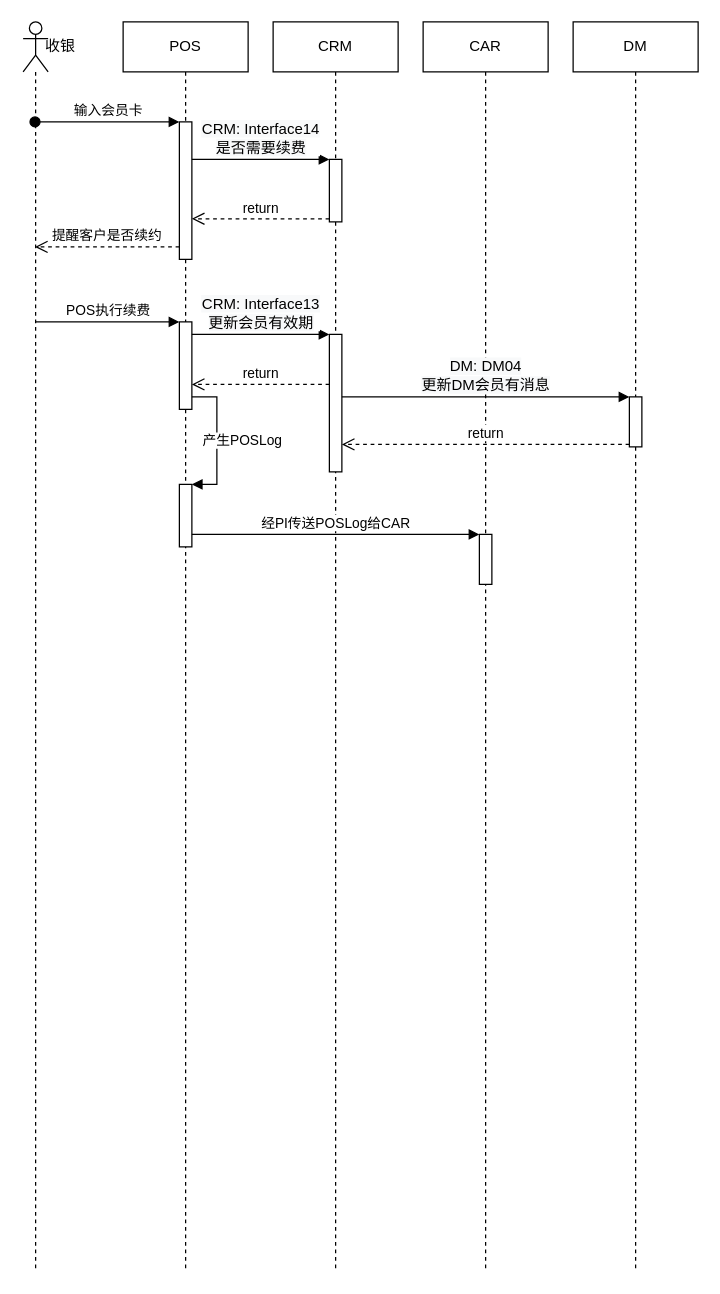
Before: page "POS手动续费2" (4 of 11) of DM系统对接.drawio in luss613/draw.io, a draw.io diagram. Source tidied: cells renumbered, new cells numbered last; positions are measured from the earlier drawing's top-left corner, leaving out a move shared by most shapes. Both pictures are drawn from the tidied source at 125%, with x=0, y=0 at pixel (22, 21).
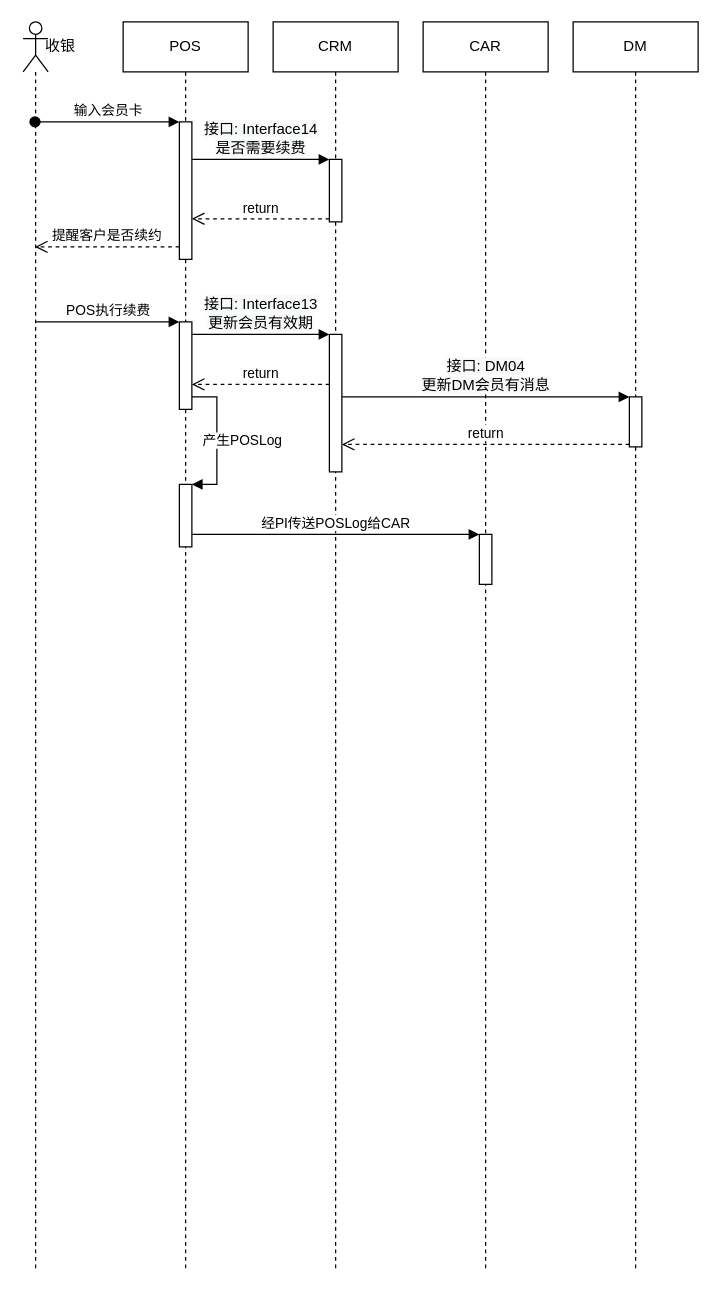
After the change.

Unchanged cells that the change refers to:
```xml
<mxCell id="4" style="html=1;points=[];perimeter=orthogonalPerimeter;" parent="3" vertex="1">
  <mxGeometry x="45" y="80" width="10" height="110" as="geometry" />
</mxCell>
<mxCell id="5" style="html=1;points=[];perimeter=orthogonalPerimeter;" parent="3" vertex="1">
  <mxGeometry x="45" y="240" width="10" height="70" as="geometry" />
</mxCell>
<mxCell id="9" style="html=1;points=[];perimeter=orthogonalPerimeter;" parent="8" vertex="1">
  <mxGeometry x="45" y="110" width="10" height="50" as="geometry" />
</mxCell>
<mxCell id="10" style="html=1;points=[];perimeter=orthogonalPerimeter;" parent="8" vertex="1">
  <mxGeometry x="45" y="250" width="10" height="110" as="geometry" />
</mxCell>
<mxCell id="14" style="html=1;points=[];perimeter=orthogonalPerimeter;" parent="13" vertex="1">
  <mxGeometry x="45" y="300" width="10" height="40" as="geometry" />
</mxCell>
```

Diff of the diagram source:
```diff
@@
-    <mxCell id="17" value="&lt;span style=&quot;font-size: 12px ; background-color: rgb(248 , 249 , 250)&quot;&gt;CRM: Interface14&lt;/span&gt;&lt;br style=&quot;font-size: 12px ; background-color: rgb(248 , 249 , 250)&quot;&gt;&lt;span style=&quot;font-size: 12px ; background-color: rgb(248 , 249 , 250)&quot;&gt;是否需要续费&lt;/span&gt;" style="html=1;verticalAlign=bottom;endArrow=block;entryX=0;entryY=0;" parent="1" edge="1" source="4" target="9">
+    <mxCell id="17" value="&lt;span style=&quot;font-size: 12px ; background-color: rgb(248 , 249 , 250)&quot;&gt;接口: Interface14&lt;/span&gt;&lt;br style=&quot;font-size: 12px ; background-color: rgb(248 , 249 , 250)&quot;&gt;&lt;span style=&quot;font-size: 12px ; background-color: rgb(248 , 249 , 250)&quot;&gt;是否需要续费&lt;/span&gt;" style="html=1;verticalAlign=bottom;endArrow=block;entryX=0;entryY=0;" parent="1" edge="1" source="4" target="9">
       <mxGeometry relative="1" as="geometry" />
     </mxCell>
@@
-    <mxCell id="22" value="&lt;span style=&quot;font-size: 12px ; background-color: rgb(248 , 249 , 250)&quot;&gt;CRM: Interface13&lt;/span&gt;&lt;br style=&quot;font-size: 12px ; background-color: rgb(248 , 249 , 250)&quot;&gt;&lt;span style=&quot;font-size: 12px ; background-color: rgb(248 , 249 , 250)&quot;&gt;更新会员有效期&lt;/span&gt;" style="html=1;verticalAlign=bottom;endArrow=block;" parent="1" edge="1" source="5" target="10">
+    <mxCell id="22" value="&lt;span style=&quot;font-size: 12px ; background-color: rgb(248 , 249 , 250)&quot;&gt;接口: Interface13&lt;/span&gt;&lt;br style=&quot;font-size: 12px ; background-color: rgb(248 , 249 , 250)&quot;&gt;&lt;span style=&quot;font-size: 12px ; background-color: rgb(248 , 249 , 250)&quot;&gt;更新会员有效期&lt;/span&gt;" style="html=1;verticalAlign=bottom;endArrow=block;" parent="1" edge="1" source="5" target="10">
       <mxGeometry relative="1" as="geometry">
         <Array as="points">
           <mxPoint x="240" y="250" />
         </Array>
       </mxGeometry>
     </mxCell>
@@
-    <mxCell id="24" value="&lt;span style=&quot;font-size: 12px ; background-color: rgb(248 , 249 , 250)&quot;&gt;DM: DM04&lt;/span&gt;&lt;br style=&quot;font-size: 12px ; background-color: rgb(248 , 249 , 250)&quot;&gt;&lt;span style=&quot;font-size: 12px ; background-color: rgb(248 , 249 , 250)&quot;&gt;更新DM会员有消息&lt;/span&gt;" style="html=1;verticalAlign=bottom;endArrow=block;entryX=0;entryY=0;" parent="1" edge="1" source="10" target="14">
+    <mxCell id="24" value="&lt;span style=&quot;font-size: 12px ; background-color: rgb(248 , 249 , 250)&quot;&gt;接口: DM04&lt;/span&gt;&lt;br style=&quot;font-size: 12px ; background-color: rgb(248 , 249 , 250)&quot;&gt;&lt;span style=&quot;font-size: 12px ; background-color: rgb(248 , 249 , 250)&quot;&gt;更新DM会员有消息&lt;/span&gt;" style="html=1;verticalAlign=bottom;endArrow=block;entryX=0;entryY=0;" parent="1" edge="1" source="10" target="14">
       <mxGeometry relative="1" as="geometry" />
     </mxCell>
```
